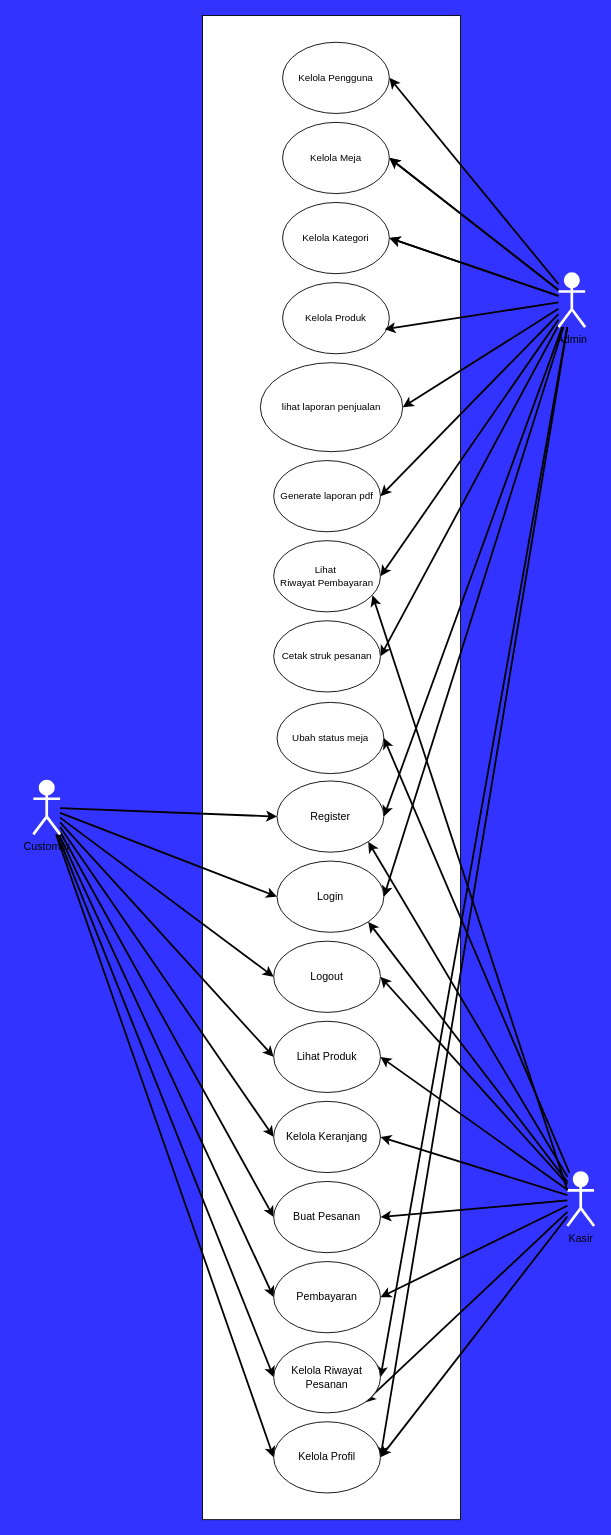
RIOKOWI/warmindo_purnama_flutter keeps this draw.io diagram as assets/uml/use-case.drawio. Above is the earlier version. Source tidied: cells renumbered, new cells numbered last; positions are measured from the earlier drawing's top-left corner, leaving out a move shared by most shapes. Both pictures are drawn from the tidied source at 89%, with x=0, y=0 at pixel (33, 15).
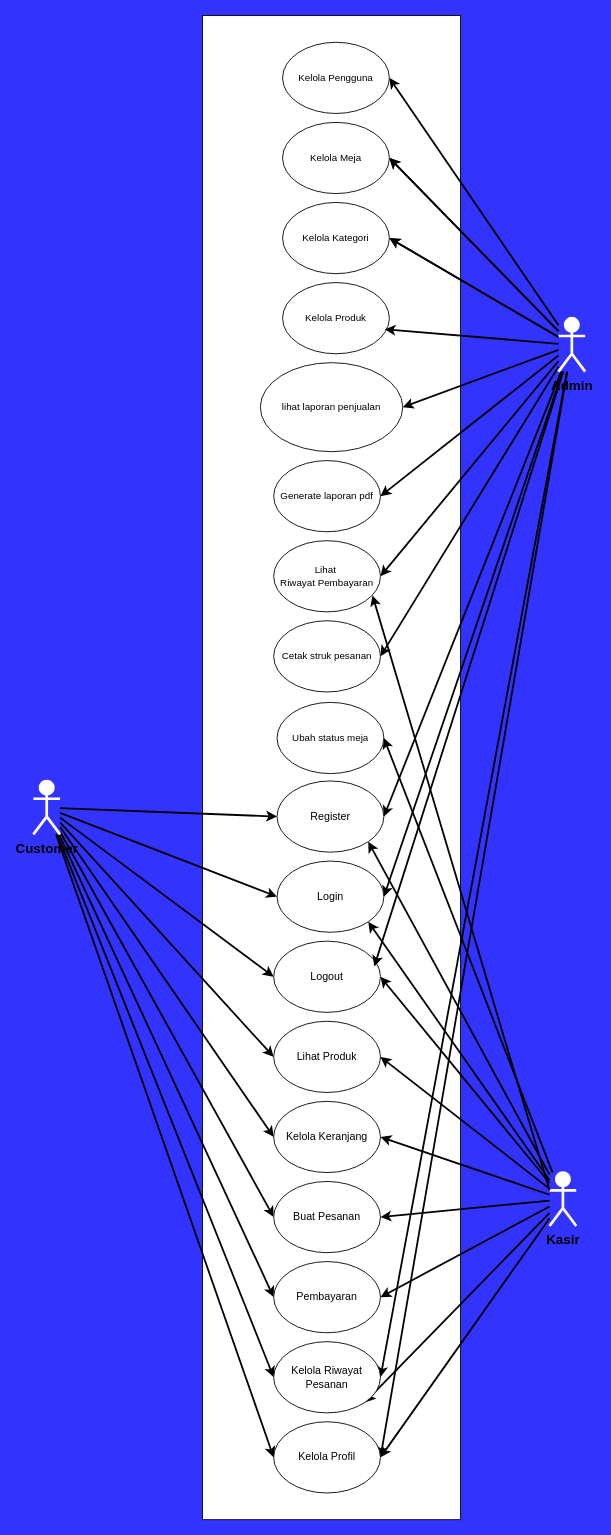
Above is the later version.

Commit message (it also covers changes not shown here):
docs(uml): create activity diagram generate pdf

Unchanged cells that the change refers to:
```xml
<mxCell id="52" value="Logout" style="ellipse;whiteSpace=wrap;html=1;" parent="1" vertex="1">
  <mxGeometry x="270" y="1040" width="120" height="80" as="geometry" />
</mxCell>
```

What changed in the source:
```diff
@@
-    <mxCell id="12" value="Customer" style="shape=umlActor;verticalLabelPosition=bottom;verticalAlign=top;html=1;outlineConnect=0;strokeWidth=3;strokeColor=light-dark(#FFFFFF,#FFFFFF);" parent="1" vertex="1">
+    <mxCell id="12" value="&lt;font style=&quot;font-size: 15px;&quot;&gt;&lt;b&gt;Customer&lt;/b&gt;&lt;/font&gt;" style="shape=umlActor;verticalLabelPosition=bottom;verticalAlign=top;html=1;outlineConnect=0;strokeWidth=3;strokeColor=light-dark(#FFFFFF,#FFFFFF);" parent="1" vertex="1">
       <mxGeometry y="860" width="30" height="60" as="geometry" />
     </mxCell>
@@
-    <mxCell id="24" value="Admin" style="shape=umlActor;verticalLabelPosition=bottom;verticalAlign=top;html=1;outlineConnect=0;strokeWidth=3;strokeColor=light-dark(#FFFFFF,#FFFFFF);" parent="1" vertex="1">
-      <mxGeometry x="590" y="290" width="30" height="60" as="geometry" />
+    <mxCell id="24" value="&lt;font style=&quot;font-size: 15px;&quot;&gt;&lt;b&gt;Admin&lt;/b&gt;&lt;/font&gt;" style="shape=umlActor;verticalLabelPosition=bottom;verticalAlign=top;html=1;outlineConnect=0;strokeWidth=3;strokeColor=light-dark(#FFFFFF,#FFFFFF);" parent="1" vertex="1">
+      <mxGeometry x="590" y="340" width="30" height="60" as="geometry" />
     </mxCell>
@@
-    <mxCell id="35" value="Kasir" style="shape=umlActor;verticalLabelPosition=bottom;verticalAlign=top;html=1;outlineConnect=0;strokeWidth=3;strokeColor=light-dark(#FFFFFF,#FFFFFF);" parent="1" vertex="1">
-      <mxGeometry x="600" y="1300" width="30" height="60" as="geometry" />
+    <mxCell id="35" value="&lt;font style=&quot;font-size: 15px;&quot;&gt;&lt;b&gt;Kasir&lt;/b&gt;&lt;/font&gt;" style="shape=umlActor;verticalLabelPosition=bottom;verticalAlign=top;html=1;outlineConnect=0;strokeWidth=3;strokeColor=light-dark(#FFFFFF,#FFFFFF);" parent="1" vertex="1">
+      <mxGeometry x="580" y="1300" width="30" height="60" as="geometry" />
     </mxCell>
@@
+    <mxCell id="58" style="edgeStyle=none;shape=connector;rounded=1;html=1;entryX=0.942;entryY=0.354;entryDx=0;entryDy=0;entryPerimeter=0;strokeColor=default;strokeWidth=2;align=center;verticalAlign=middle;fontFamily=Helvetica;fontSize=11;fontColor=default;labelBackgroundColor=default;endArrow=classic;" parent="1" edge="1" source="24" target="52">
+      <mxGeometry relative="1" as="geometry" />
+    </mxCell>
```
